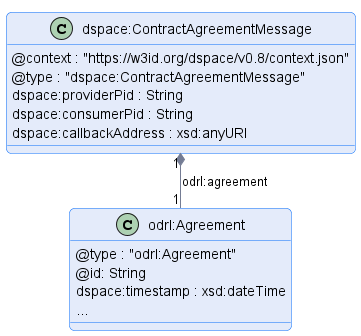
Earlier version of the PlantUML export negotiation/message/diagram/contract-agreement-message.png (International-Data-Spaces-Association/ids-specification).
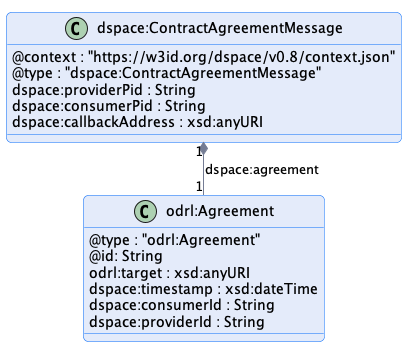
After the change.

Commit message:
replace odrl:offer/odrl:agreement with dspace:offer/dspace:agreement

What changed in the source:
```diff
@@ -17,10 +17,12 @@
 class odrl:Agreement {
     @type : "odrl:Agreement"
     @id: String
+    odrl:target : xsd:anyURI
     dspace:timestamp : xsd:dateTime
-    ...
+    dspace:consumerId : String
+    dspace:providerId : String
 }
 
-"dspace:ContractAgreementMessage" "1" *-- "1" "odrl:Agreement" : "odrl:agreement"
+"dspace:ContractAgreementMessage" "1" *-- "1" "odrl:Agreement" : "dspace:agreement"
 
 @enduml
```
